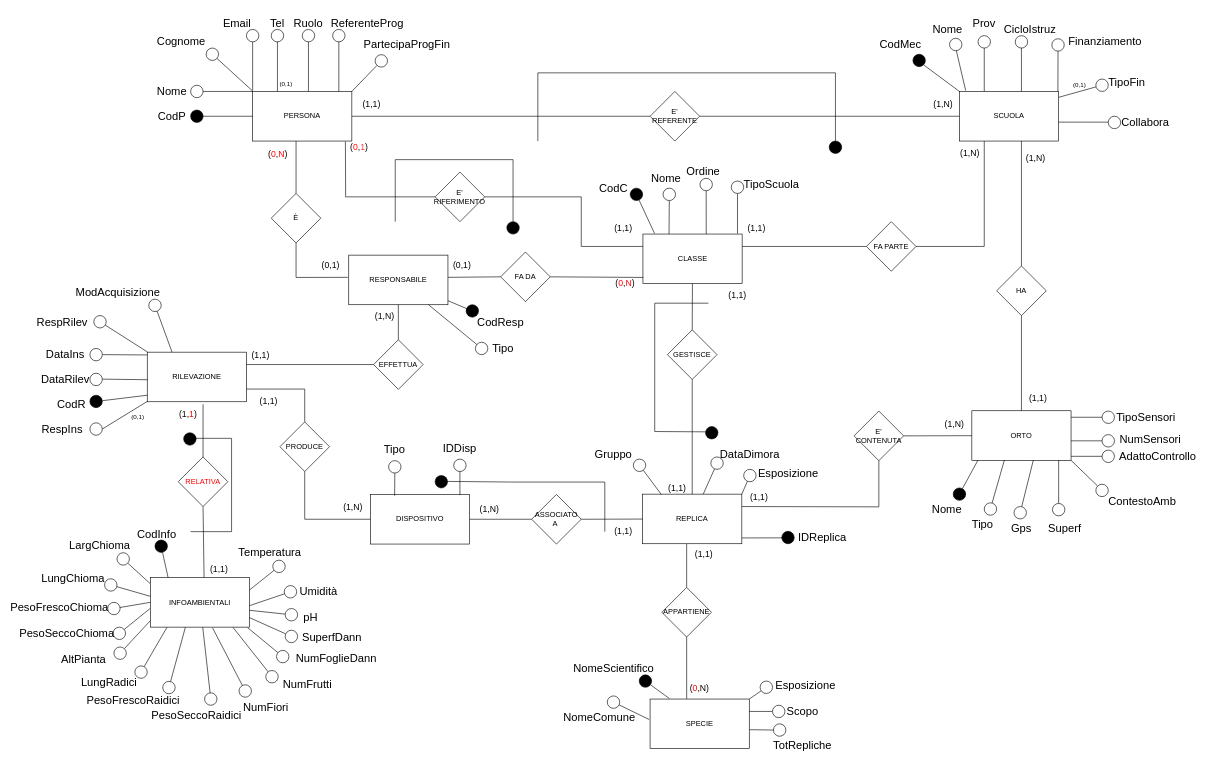
This is BD_ER_Restructured.drawio from pizzo-kyle/unige, a draw.io file, before an edit. Source tidied: cells renumbered, new cells numbered last; positions are measured from the earlier drawing's top-left corner, leaving out a move shared by most shapes. Both pictures are drawn from the tidied source at 62%, with x=0, y=0 at pixel (34, 11).
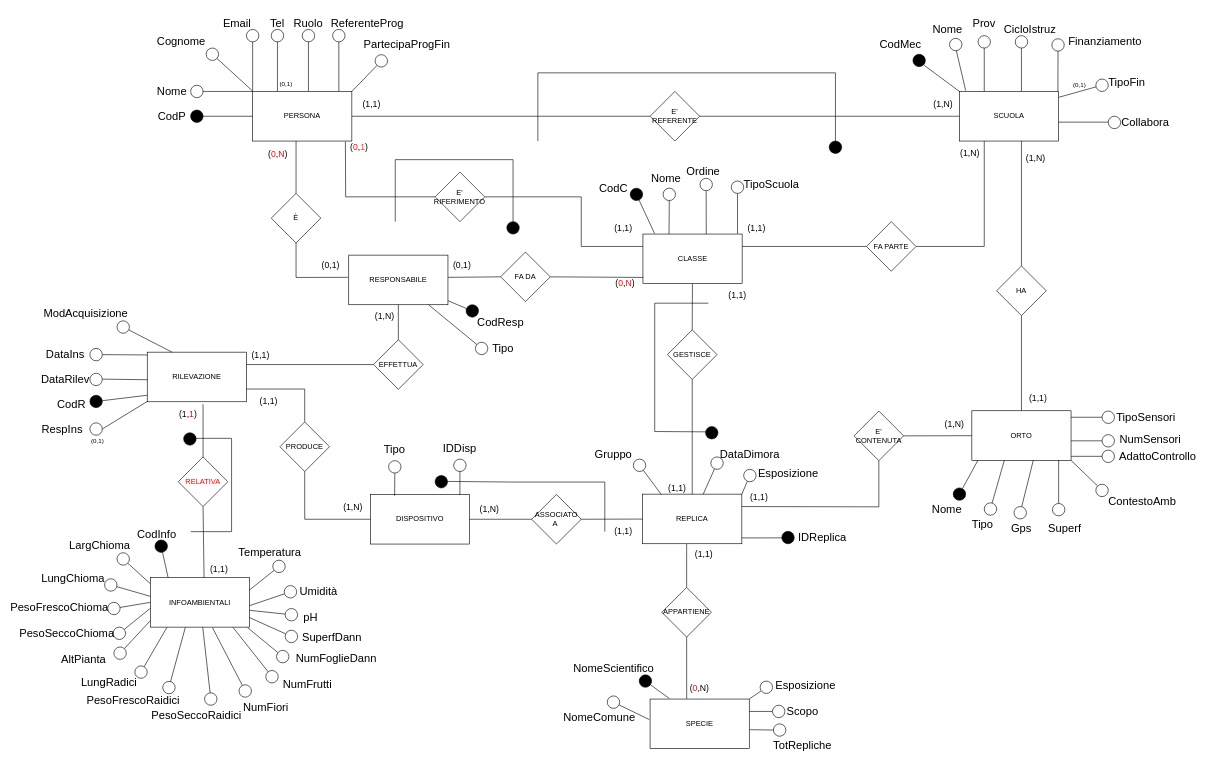
The same page after the edit.

The edit, as a diff of the source:
```diff
@@
-    <mxCell id="63" style="endArrow=none;html=1;rounded=0;" parent="1" edge="1" source="64">
-      <mxGeometry relative="1" as="geometry">
-        <mxPoint x="182" y="550" as="targetPoint" />
-      </mxGeometry>
-    </mxCell>
-    <mxCell id="64" style="ellipse;whiteSpace=wrap;html=1;fillColor=#FFFFFF;direction=south;gradientColor=none;" parent="1" vertex="1">
-      <mxGeometry x="95.8" y="491.5" width="20" height="20" as="geometry" />
-    </mxCell>
-    <mxCell id="65" value="&lt;span style=&quot;font-size: 18px;&quot;&gt;RespRilev&lt;/span&gt;" style="text;html=1;strokeColor=none;fillColor=none;align=center;verticalAlign=middle;whiteSpace=wrap;rounded=0;" parent="1" vertex="1">
-      <mxGeometry x="-0.5" y="481.5" width="90" height="40" as="geometry" />
-    </mxCell>
@@
     <mxCell id="220" style="ellipse;whiteSpace=wrap;html=1;fillColor=#FFFFFF;direction=south;gradientColor=none;" parent="1" vertex="1">
-      <mxGeometry x="184.5" y="465" width="20" height="20" as="geometry" />
+      <mxGeometry x="133.2" y="500" width="20" height="20" as="geometry" />
     </mxCell>
     <mxCell id="221" value="&lt;span style=&quot;font-size: 18px;&quot;&gt;ModAcquisizione&lt;/span&gt;" style="text;html=1;strokeColor=none;fillColor=none;align=center;verticalAlign=middle;whiteSpace=wrap;rounded=0;" parent="1" vertex="1">
-      <mxGeometry x="89.5" y="434" width="90" height="40" as="geometry" />
+      <mxGeometry x="38.2" y="469" width="90" height="40" as="geometry" />
     </mxCell>
@@
     <mxCell id="255" value="&lt;font style=&quot;font-size: 10px;&quot;&gt;(0,1)&lt;/font&gt;" style="text;html=1;strokeColor=none;fillColor=none;align=center;verticalAlign=middle;whiteSpace=wrap;rounded=0;fontSize=10;" parent="1" vertex="1">
-      <mxGeometry x="142" y="640" width="50" height="30" as="geometry" />
+      <mxGeometry x="77" y="678.5" width="50" height="30" as="geometry" />
     </mxCell>
```
